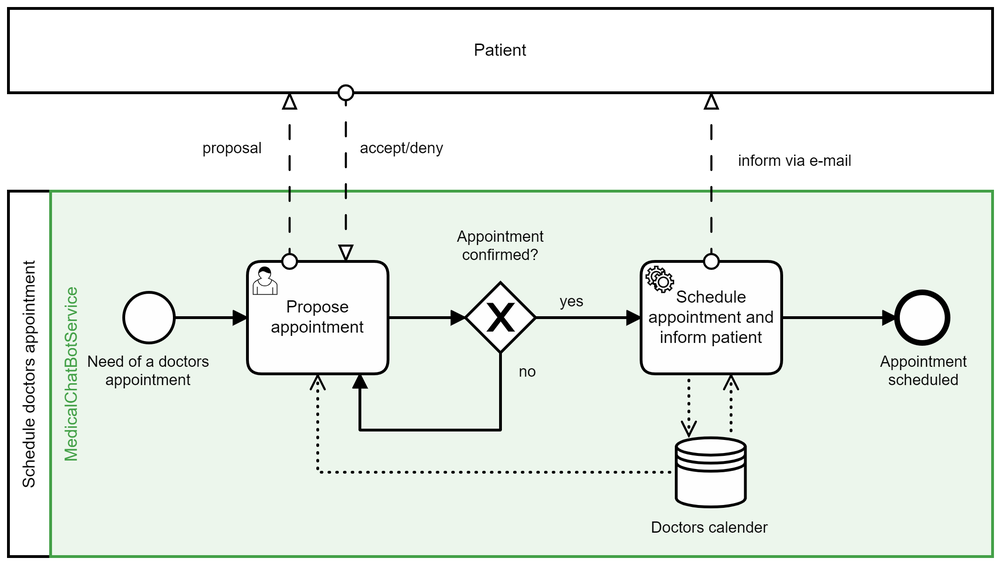
This is images/wiki/TO-BE_Process_schedule_appointment.png from DigiBP/DigiBP_Burrata, a BPMN export, as it was before one commit. Its source is kept beside it as TO-BE Process/TO-BE_Process_schedule_appointment.bpmn. Ids are renumbered.
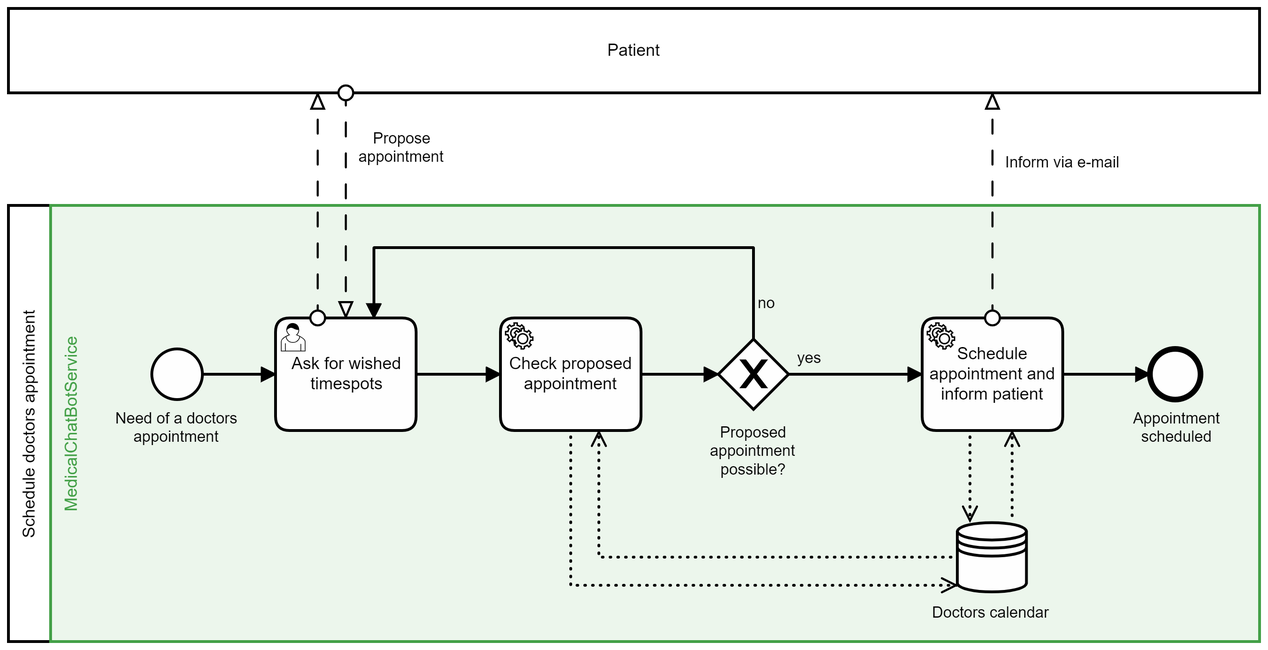
Later version of the same file.

Commit message:
Adjustments to meet integromat connections

The edit, as a diff of the source:
```diff
@@ -2,32 +2,24 @@
   <bpmn:collaboration id="Collaboration_n2">
     <bpmn:participant id="Participant_n3" name="Schedule doctors appointment" processRef="Process_n4" />
     <bpmn:participant id="Participant_n5" name="Patient" />
-    <bpmn:messageFlow id="MessageFlow_n6" name="inform via e-mail" sourceRef="Task_n7" targetRef="Participant_n5" />
-    <bpmn:messageFlow id="MessageFlow_n8" name="proposal" sourceRef="Task_n9" targetRef="Participant_n5" />
-    <bpmn:messageFlow id="MessageFlow_n10" name="accept/deny" sourceRef="Participant_n5" targetRef="Task_n9" />
+    <bpmn:messageFlow id="MessageFlow_n6" name="Inform via e-mail" sourceRef="Task_n7" targetRef="Participant_n5" />
+    <bpmn:messageFlow id="MessageFlow_n28" name="Propose appointment" sourceRef="Participant_n5" targetRef="Task_n29" />
+    <bpmn:messageFlow id="MessageFlow_n30" sourceRef="Task_n29" targetRef="Participant_n5" />
   </bpmn:collaboration>
   <bpmn:process id="Process_n4" name="Schedule Appointment" isExecutable="true">
     <bpmn:laneSet id="LaneSet_n11">
       <bpmn:lane id="Lane_n12" name="MedicalChatBotService">
+        <bpmn:flowNodeRef>Task_n7</bpmn:flowNodeRef>
+        <bpmn:flowNodeRef>EndEvent_n13</bpmn:flowNodeRef>
+        <bpmn:flowNodeRef>ExclusiveGateway_n14</bpmn:flowNodeRef>
+        <bpmn:flowNodeRef>Task_n29</bpmn:flowNodeRef>
+        <bpmn:flowNodeRef>ServiceTask_n31</bpmn:flowNodeRef>
         <bpmn:flowNodeRef>StartEvent_1</bpmn:flowNodeRef>
-        <bpmn:flowNodeRef>EndEvent_n13</bpmn:flowNodeRef>
-        <bpmn:flowNodeRef>Task_n7</bpmn:flowNodeRef>
-        <bpmn:flowNodeRef>ExclusiveGateway_n14</bpmn:flowNodeRef>
-        <bpmn:flowNodeRef>Task_n9</bpmn:flowNodeRef>
-        <bpmn:flowNodeRef>Task_n15</bpmn:flowNodeRef>
       </bpmn:lane>
     </bpmn:laneSet>
-    <bpmn:startEvent id="StartEvent_1" name="Need of a doctors appointment">
-      <bpmn:outgoing>SequenceFlow_n16</bpmn:outgoing>
-    </bpmn:startEvent>
-    <bpmn:sequenceFlow id="SequenceFlow_n17" sourceRef="Task_n9" targetRef="ExclusiveGateway_n14" />
-    <bpmn:sequenceFlow id="SequenceFlow_n18" name="yes" sourceRef="ExclusiveGateway_n14" targetRef="Task_n7">
-      <bpmn:conditionExpression xsi:type="bpmn:tFormalExpression">${AppointmentCheck=="yes"}</bpmn:conditionExpression>
-    </bpmn:sequenceFlow>
-    <bpmn:sequenceFlow id="SequenceFlow_n19" sourceRef="Task_n7" targetRef="EndEvent_n13" />
-    <bpmn:endEvent id="EndEvent_n13" name="Appointment scheduled">
-      <bpmn:incoming>SequenceFlow_n19</bpmn:incoming>
-    </bpmn:endEvent>
+    <bpmn:dataStoreReference id="DataStoreReference_n22" name="Doctors calendar">
+      <bpmn:documentation>Google Calendar</bpmn:documentation>
+    </bpmn:dataStoreReference>
     <bpmn:serviceTask id="Task_n7" name="Schedule appointment and inform patient">
       <bpmn:extensionElements>
         <camunda:connector>
@@ -41,11 +33,9 @@
             </camunda:inputParameter>
             <camunda:inputParameter name="payload">
               <camunda:script scriptFormat="JavaScript">out = JSON.stringify({
-	"patient":name,
-	"date":date,
-	"start":start,
-	"end":end,
-	"email":email
+"insuranceNumber":insuranceNumber
+"appointmentDate":appointmentDate,
+"appointmentTime":appointmentTime,
 });</camunda:script>
             </camunda:inputParameter>
           </camunda:inputOutput>
@@ -63,156 +53,187 @@
         <bpmn:targetRef>DataStoreReference_n22</bpmn:targetRef>
       </bpmn:dataOutputAssociation>
     </bpmn:serviceTask>
-    <bpmn:dataStoreReference id="DataStoreReference_n22" name="Doctors calender" />
-    <bpmn:exclusiveGateway id="ExclusiveGateway_n14" name="Appointment confirmed?">
-      <bpmn:incoming>SequenceFlow_n17</bpmn:incoming>
+    <bpmn:endEvent id="EndEvent_n13" name="Appointment scheduled">
+      <bpmn:incoming>SequenceFlow_n19</bpmn:incoming>
+    </bpmn:endEvent>
+    <bpmn:exclusiveGateway id="ExclusiveGateway_n14" name="Proposed appointment possible?">
+      <bpmn:incoming>SequenceFlow_n32</bpmn:incoming>
       <bpmn:outgoing>SequenceFlow_n18</bpmn:outgoing>
-      <bpmn:outgoing>SequenceFlow_n24</bpmn:outgoing>
+      <bpmn:outgoing>SequenceFlow_n33</bpmn:outgoing>
     </bpmn:exclusiveGateway>
-    <bpmn:userTask id="Task_n9" name="Propose appointment">
+    <bpmn:userTask id="Task_n29" name="Ask for wished timespots">
       <bpmn:extensionElements>
         <camunda:formData>
-          <camunda:formField id="name" label="Name" type="string" />
-          <camunda:formField id="date" label="Date" type="string" />
-          <camunda:formField id="start" label="Start" type="string" defaultValue="08:00" />
-          <camunda:formField id="end" label="End" type="string" defaultValue="09:00" />
-          <camunda:formField id="email" label="e-mail" type="string" />
-          <camunda:formField id="AppointmentCheck" label="Is the appointment acceptable?" type="enum">
-            <camunda:value id="yes" name="yes" />
-            <camunda:value id="no" name="no" />
-          </camunda:formField>
+          <camunda:formField id="appointmentDate" label="Date of the appointment" type="date" />
+          <camunda:formField id="appointmentTime" label="Time of the appointment" type="string" defaultValue="08:00" />
         </camunda:formData>
       </bpmn:extensionElements>
-      <bpmn:incoming>SequenceFlow_n25</bpmn:incoming>
-      <bpmn:outgoing>SequenceFlow_n17</bpmn:outgoing>
-      <bpmn:property id="Property_n26" name="__targetRef_placeholder" />
-      <bpmn:dataInputAssociation id="DataInputAssociation_n27">
+      <bpmn:incoming>SequenceFlow_n34</bpmn:incoming>
+      <bpmn:incoming>SequenceFlow_n33</bpmn:incoming>
+      <bpmn:outgoing>SequenceFlow_n35</bpmn:outgoing>
+    </bpmn:userTask>
+    <bpmn:serviceTask id="ServiceTask_n31" name="Check proposed appointment">
+      <bpmn:extensionElements>
+        <camunda:connector>
+          <camunda:inputOutput>
+            <camunda:inputParameter name="method">GET</camunda:inputParameter>
+            <camunda:inputParameter name="url">https://hook.integromat.com/pl3av7tv1o79gmvb1qeuptmwrxalgdg6</camunda:inputParameter>
+            <camunda:inputParameter name="headers">
+              <camunda:map>
+                <camunda:entry key="Content-Type">application/json</camunda:entry>
+              </camunda:map>
+            </camunda:inputParameter>
+            <camunda:inputParameter name="payload">
+              <camunda:script scriptFormat="JavaScript">out = JSON.stringify({
+"appointmentDate":appointmentDate,
+"appointmentTime":appointmentTime,
+});</camunda:script>
+            </camunda:inputParameter>
+            <camunda:outputParameter name="CheckAppointment">
+              <camunda:script scriptFormat="JavaScript">object=JSON.parse(response);
+appointmentPossible=object.appointmentPossible;
+reason=object.reason;</camunda:script>
+            </camunda:outputParameter>
+          </camunda:inputOutput>
+          <camunda:connectorId>http-connector</camunda:connectorId>
+        </camunda:connector>
+      </bpmn:extensionElements>
+      <bpmn:incoming>SequenceFlow_n35</bpmn:incoming>
+      <bpmn:outgoing>SequenceFlow_n32</bpmn:outgoing>
+      <bpmn:property id="Property_n36" name="__targetRef_placeholder" />
+      <bpmn:dataInputAssociation id="DataInputAssociation_n37">
         <bpmn:sourceRef>DataStoreReference_n22</bpmn:sourceRef>
-        <bpmn:targetRef>Property_n26</bpmn:targetRef>
+        <bpmn:targetRef>Property_n36</bpmn:targetRef>
       </bpmn:dataInputAssociation>
-    </bpmn:userTask>
-    <bpmn:sequenceFlow id="SequenceFlow_n25" sourceRef="Task_n15" targetRef="Task_n9" />
-    <bpmn:sequenceFlow id="SequenceFlow_n24" name="no" sourceRef="ExclusiveGateway_n14" targetRef="Task_n15">
-      <bpmn:conditionExpression xsi:type="bpmn:tFormalExpression">${AppointmentCheck=="no"}</bpmn:conditionExpression>
+      <bpmn:dataOutputAssociation id="DataOutputAssociation_n38">
+        <bpmn:targetRef>DataStoreReference_n22</bpmn:targetRef>
+      </bpmn:dataOutputAssociation>
+    </bpmn:serviceTask>
+    <bpmn:sequenceFlow id="SequenceFlow_n19" sourceRef="Task_n7" targetRef="EndEvent_n13" />
+    <bpmn:sequenceFlow id="SequenceFlow_n18" name="yes" sourceRef="ExclusiveGateway_n14" targetRef="Task_n7">
+      <bpmn:conditionExpression xsi:type="bpmn:tFormalExpression">${appointmentPossible==true}</bpmn:conditionExpression>
     </bpmn:sequenceFlow>
-    <bpmn:sequenceFlow id="SequenceFlow_n16" sourceRef="StartEvent_1" targetRef="Task_n15" />
-    <bpmn:manualTask id="Task_n15" name="Get next possible appointment">
-      <bpmn:incoming>SequenceFlow_n24</bpmn:incoming>
-      <bpmn:incoming>SequenceFlow_n16</bpmn:incoming>
-      <bpmn:outgoing>SequenceFlow_n25</bpmn:outgoing>
-    </bpmn:manualTask>
+    <bpmn:sequenceFlow id="SequenceFlow_n34" sourceRef="StartEvent_1" targetRef="Task_n29" />
+    <bpmn:sequenceFlow id="SequenceFlow_n33" name="no" sourceRef="ExclusiveGateway_n14" targetRef="Task_n29">
+      <bpmn:conditionExpression xsi:type="bpmn:tFormalExpression">${appointmentPossible==false}</bpmn:conditionExpression>
+    </bpmn:sequenceFlow>
+    <bpmn:sequenceFlow id="SequenceFlow_n35" sourceRef="Task_n29" targetRef="ServiceTask_n31" />
+    <bpmn:sequenceFlow id="SequenceFlow_n32" sourceRef="ServiceTask_n31" targetRef="ExclusiveGateway_n14" />
+    <bpmn:startEvent id="StartEvent_1" name="Need of a doctors appointment">
+      <bpmn:outgoing>SequenceFlow_n34</bpmn:outgoing>
+    </bpmn:startEvent>
   </bpmn:process>
   <bpmndi:BPMNDiagram id="BPMNDiagram_1">
     <bpmndi:BPMNPlane id="BPMNPlane_1" bpmnElement="Collaboration_n2">
       <bpmndi:BPMNShape id="Participant_n3_di" bpmnElement="Participant_n3" isHorizontal="true">
-        <dc:Bounds x="160" y="180" width="820" height="260" />
+        <dc:Bounds x="160" y="190" width="890" height="310" />
       </bpmndi:BPMNShape>
       <bpmndi:BPMNShape id="EndEvent_n13_di" bpmnElement="EndEvent_n13">
-        <dc:Bounds x="902" y="252" width="36" height="36" />
+        <dc:Bounds x="972" y="292" width="36" height="36" />
         <bpmndi:BPMNLabel>
-          <dc:Bounds x="890" y="295" width="62" height="27" />
+          <dc:Bounds x="960" y="335" width="62" height="27" />
         </bpmndi:BPMNLabel>
       </bpmndi:BPMNShape>
       <bpmndi:BPMNShape id="DataStoreReference_n22_di" bpmnElement="DataStoreReference_n22">
-        <dc:Bounds x="585" y="365" width="50" height="50" />
+        <dc:Bounds x="835" y="415" width="50" height="50" />
         <bpmndi:BPMNLabel>
-          <dc:Bounds x="567" y="423" width="85" height="14" />
-        </bpmndi:BPMNLabel>
-      </bpmndi:BPMNShape>
-      <bpmndi:BPMNShape id="_BPMNShape_StartEvent_2" bpmnElement="StartEvent_1">
-        <dc:Bounds x="242" y="252" width="36" height="36" />
-        <bpmndi:BPMNLabel>
-          <dc:Bounds x="216" y="295" width="88" height="27" />
+          <dc:Bounds x="817" y="473" width="85" height="14" />
         </bpmndi:BPMNLabel>
       </bpmndi:BPMNShape>
       <bpmndi:BPMNShape id="Participant_1f1r0t0_di" bpmnElement="Participant_n5" isHorizontal="true">
-        <dc:Bounds x="160" y="50" width="820" height="60" />
+        <dc:Bounds x="160" y="50" width="890" height="60" />
       </bpmndi:BPMNShape>
       <bpmndi:BPMNEdge id="SequenceFlow_n19_di" bpmnElement="SequenceFlow_n19">
-        <di:waypoint x="840" y="270" />
-        <di:waypoint x="902" y="270" />
+        <di:waypoint x="910" y="310" />
+        <di:waypoint x="972" y="310" />
       </bpmndi:BPMNEdge>
       <bpmndi:BPMNEdge id="MessageFlow_n6_di" bpmnElement="MessageFlow_n6">
-        <di:waypoint x="790" y="230" />
-        <di:waypoint x="790" y="110" />
+        <di:waypoint x="860" y="270" />
+        <di:waypoint x="860" y="110" />
         <bpmndi:BPMNLabel>
-          <dc:Bounds x="809" y="152" width="82" height="14" />
+          <dc:Bounds x="869" y="153" width="82" height="14" />
         </bpmndi:BPMNLabel>
       </bpmndi:BPMNEdge>
       <bpmndi:BPMNShape id="Lane_n12_di" bpmnElement="Lane_n12" isHorizontal="true" bioc:stroke="rgb(67, 160, 71)" bioc:fill="rgb(200, 230, 201)">
-        <dc:Bounds x="190" y="180" width="790" height="260" />
+        <dc:Bounds x="190" y="190" width="860" height="310" />
       </bpmndi:BPMNShape>
       <bpmndi:BPMNEdge id="DataInputAssociation_n21_di" bpmnElement="DataInputAssociation_n21">
-        <di:waypoint x="635" y="390" />
-        <di:waypoint x="804" y="390" />
-        <di:waypoint x="804" y="310" />
+        <di:waypoint x="874" y="415" />
+        <di:waypoint x="874" y="350" />
       </bpmndi:BPMNEdge>
       <bpmndi:BPMNEdge id="DataOutputAssociation_n23_di" bpmnElement="DataOutputAssociation_n23">
-        <di:waypoint x="774" y="310" />
-        <di:waypoint x="774" y="380" />
-        <di:waypoint x="635" y="380" />
-      </bpmndi:BPMNEdge>
-      <bpmndi:BPMNEdge id="SequenceFlow_n17_di" bpmnElement="SequenceFlow_n17">
-        <di:waypoint x="560" y="270" />
-        <di:waypoint x="605" y="270" />
-      </bpmndi:BPMNEdge>
-      <bpmndi:BPMNEdge id="DataInputAssociation_n27_di" bpmnElement="DataInputAssociation_n27">
-        <di:waypoint x="585" y="390" />
-        <di:waypoint x="510" y="390" />
-        <di:waypoint x="510" y="310" />
-      </bpmndi:BPMNEdge>
-      <bpmndi:BPMNEdge id="MessageFlow_n8_di" bpmnElement="MessageFlow_n8">
-        <di:waypoint x="490" y="230" />
-        <di:waypoint x="490" y="110" />
-        <bpmndi:BPMNLabel>
-          <dc:Bounds x="428" y="143" width="43" height="14" />
-        </bpmndi:BPMNLabel>
+        <di:waypoint x="844" y="350" />
+        <di:waypoint x="844" y="415" />
       </bpmndi:BPMNEdge>
       <bpmndi:BPMNShape id="ExclusiveGateway_n14_di" bpmnElement="ExclusiveGateway_n14" isMarkerVisible="true">
-        <dc:Bounds x="605" y="245" width="50" height="50" />
+        <dc:Bounds x="665" y="285" width="50" height="50" />
         <bpmndi:BPMNLabel>
-          <dc:Bounds x="599" y="304.5" width="62" height="27" />
+          <dc:Bounds x="659" y="345" width="62" height="40" />
         </bpmndi:BPMNLabel>
       </bpmndi:BPMNShape>
       <bpmndi:BPMNEdge id="SequenceFlow_n18_di" bpmnElement="SequenceFlow_n18">
-        <di:waypoint x="655" y="270" />
-        <di:waypoint x="740" y="270" />
+        <di:waypoint x="715" y="310" />
+        <di:waypoint x="810" y="310" />
         <bpmndi:BPMNLabel>
-          <dc:Bounds x="675" y="252" width="17" height="14" />
+          <dc:Bounds x="721" y="292" width="17" height="14" />
         </bpmndi:BPMNLabel>
       </bpmndi:BPMNEdge>
-      <bpmndi:BPMNEdge id="MessageFlow_n10_di" bpmnElement="MessageFlow_n10">
-        <di:waypoint x="530" y="110" />
-        <di:waypoint x="530" y="230" />
+      <bpmndi:BPMNShape id="ServiceTask_0l5ezej_di" bpmnElement="Task_n7">
+        <dc:Bounds x="810" y="270" width="100" height="80" />
+      </bpmndi:BPMNShape>
+      <bpmndi:BPMNEdge id="MessageFlow_n28_di" bpmnElement="MessageFlow_n28">
+        <di:waypoint x="400" y="110" />
+        <di:waypoint x="400" y="270" />
         <bpmndi:BPMNLabel>
-          <dc:Bounds x="540" y="143" width="60" height="14" />
+          <dc:Bounds x="409" y="136" width="62" height="27" />
         </bpmndi:BPMNLabel>
       </bpmndi:BPMNEdge>
-      <bpmndi:BPMNShape id="UserTask_1k32u74_di" bpmnElement="Task_n9">
-        <dc:Bounds x="460" y="230" width="100" height="80" />
-      </bpmndi:BPMNShape>
-      <bpmndi:BPMNShape id="ServiceTask_0l5ezej_di" bpmnElement="Task_n7">
-        <dc:Bounds x="740" y="230" width="100" height="80" />
-      </bpmndi:BPMNShape>
-      <bpmndi:BPMNEdge id="SequenceFlow_n25_di" bpmnElement="SequenceFlow_n25">
+      <bpmndi:BPMNEdge id="SequenceFlow_n34_di" bpmnElement="SequenceFlow_n34">
+        <di:waypoint x="298" y="310" />
+        <di:waypoint x="350" y="310" />
+      </bpmndi:BPMNEdge>
+      <bpmndi:BPMNEdge id="SequenceFlow_n33_di" bpmnElement="SequenceFlow_n33">
+        <di:waypoint x="690" y="285" />
+        <di:waypoint x="690" y="220" />
+        <di:waypoint x="420" y="220" />
         <di:waypoint x="420" y="270" />
-        <di:waypoint x="460" y="270" />
-      </bpmndi:BPMNEdge>
-      <bpmndi:BPMNEdge id="SequenceFlow_n24_di" bpmnElement="SequenceFlow_n24">
-        <di:waypoint x="630" y="245" />
-        <di:waypoint x="630" y="200" />
-        <di:waypoint x="370" y="200" />
-        <di:waypoint x="370" y="230" />
         <bpmndi:BPMNLabel>
-          <dc:Bounds x="643" y="213" width="13" height="14" />
+          <dc:Bounds x="693" y="253" width="13" height="14" />
         </bpmndi:BPMNLabel>
       </bpmndi:BPMNEdge>
-      <bpmndi:BPMNEdge id="SequenceFlow_n16_di" bpmnElement="SequenceFlow_n16">
-        <di:waypoint x="278" y="270" />
-        <di:waypoint x="320" y="270" />
+      <bpmndi:BPMNEdge id="MessageFlow_n30_di" bpmnElement="MessageFlow_n30">
+        <di:waypoint x="380" y="270" />
+        <di:waypoint x="380" y="110" />
       </bpmndi:BPMNEdge>
-      <bpmndi:BPMNShape id="ManualTask_1j35j53_di" bpmnElement="Task_n15">
-        <dc:Bounds x="320" y="230" width="100" height="80" />
+      <bpmndi:BPMNShape id="UserTask_1jtcih6_di" bpmnElement="Task_n29">
+        <dc:Bounds x="350" y="270" width="100" height="80" />
+      </bpmndi:BPMNShape>
+      <bpmndi:BPMNShape id="ServiceTask_n31_di" bpmnElement="ServiceTask_n31">
+        <dc:Bounds x="510" y="270" width="100" height="80" />
+      </bpmndi:BPMNShape>
+      <bpmndi:BPMNEdge id="SequenceFlow_n35_di" bpmnElement="SequenceFlow_n35">
+        <di:waypoint x="450" y="310" />
+        <di:waypoint x="510" y="310" />
+      </bpmndi:BPMNEdge>
+      <bpmndi:BPMNEdge id="SequenceFlow_n32_di" bpmnElement="SequenceFlow_n32">
+        <di:waypoint x="610" y="310" />
+        <di:waypoint x="665" y="310" />
+      </bpmndi:BPMNEdge>
+      <bpmndi:BPMNEdge id="DataInputAssociation_n37_di" bpmnElement="DataInputAssociation_n37">
+        <di:waypoint x="835" y="440" />
+        <di:waypoint x="580" y="440" />
+        <di:waypoint x="580" y="350" />
+      </bpmndi:BPMNEdge>
+      <bpmndi:BPMNEdge id="DataOutputAssociation_n38_di" bpmnElement="DataOutputAssociation_n38">
+        <di:waypoint x="560" y="350" />
+        <di:waypoint x="560" y="460" />
+        <di:waypoint x="835" y="460" />
+      </bpmndi:BPMNEdge>
+      <bpmndi:BPMNShape id="StartEvent_1qg6l4t_di" bpmnElement="StartEvent_1">
+        <dc:Bounds x="262" y="292" width="36" height="36" />
+        <bpmndi:BPMNLabel>
+          <dc:Bounds x="236" y="335" width="88" height="27" />
+        </bpmndi:BPMNLabel>
       </bpmndi:BPMNShape>
     </bpmndi:BPMNPlane>
   </bpmndi:BPMNDiagram>
```
